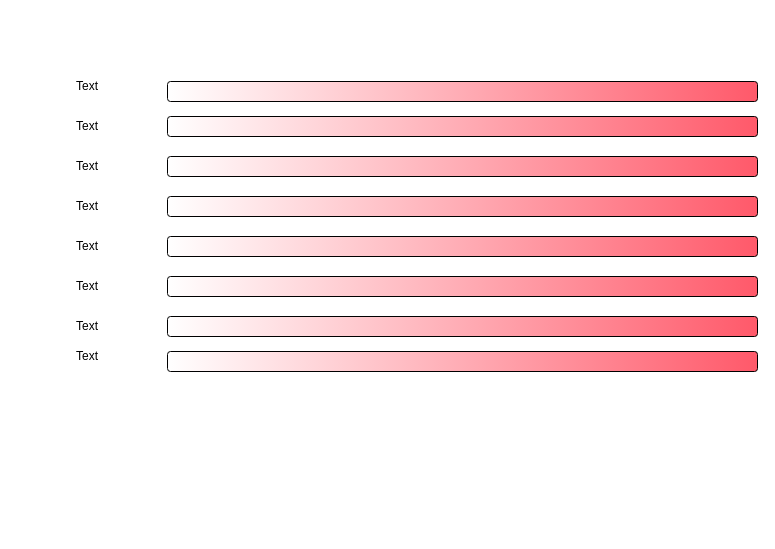
Above: Untitled Diagram.drawio in bsk1072/Anand (draw.io), before the change. Source tidied: cells renumbered, new cells numbered last; positions are measured from the earlier drawing's top-left corner, leaving out a move shared by most shapes. Both pictures are drawn from the tidied source at 100%, with x=0, y=0 at pixel (17, 71).
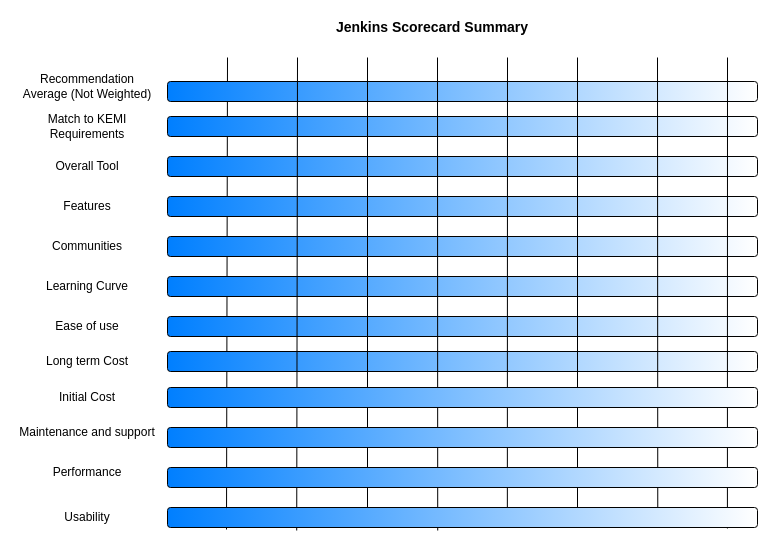
Above is the later version.

What changed in the source:
```diff
@@
+    <mxCell id="18" style="endArrow=none;html=1;exitX=0.1;exitY=1.1;exitDx=0;exitDy=0;exitPerimeter=0;" parent="1" edge="1" source="33">
+      <mxGeometry relative="1" as="geometry">
+        <mxPoint x="210" y="-14" as="targetPoint" />
+      </mxGeometry>
+    </mxCell>
-    <mxCell id="2" style="rounded=1;whiteSpace=wrap;html=1;labelBackgroundColor=#ffffff;gradientDirection=east;gradientColor=#FF596A;" parent="1" vertex="1">
+    <mxCell id="2" style="rounded=1;whiteSpace=wrap;html=1;labelBackgroundColor=#ffffff;gradientDirection=west;gradientColor=#007FFF;" parent="1" vertex="1">
       <mxGeometry x="150" y="10" width="590" height="20" as="geometry" />
     </mxCell>
-    <mxCell id="3" value="Text" style="text;html=1;strokeColor=none;fillColor=none;align=center;verticalAlign=middle;whiteSpace=wrap;rounded=0;labelBackgroundColor=#ffffff;" parent="1" vertex="1">
+    <mxCell id="3" value="Match to KEMI Requirements" style="text;html=1;strokeColor=none;fillColor=none;align=center;verticalAlign=middle;whiteSpace=wrap;rounded=0;labelBackgroundColor=#ffffff;" parent="1" vertex="1">
       <mxGeometry y="40" width="140" height="30" as="geometry" />
     </mxCell>
-    <mxCell id="4" value="Text" style="text;html=1;strokeColor=none;fillColor=none;align=center;verticalAlign=middle;whiteSpace=wrap;rounded=0;labelBackgroundColor=#ffffff;" parent="1" vertex="1">
+    <mxCell id="4" value="Overall Tool" style="text;html=1;strokeColor=none;fillColor=none;align=center;verticalAlign=middle;whiteSpace=wrap;rounded=0;labelBackgroundColor=#ffffff;" parent="1" vertex="1">
       <mxGeometry y="80" width="140" height="30" as="geometry" />
     </mxCell>
-    <mxCell id="5" value="Text" style="text;html=1;strokeColor=none;fillColor=none;align=center;verticalAlign=middle;whiteSpace=wrap;rounded=0;labelBackgroundColor=#ffffff;" parent="1" vertex="1">
+    <mxCell id="5" value="Communities" style="text;html=1;strokeColor=none;fillColor=none;align=center;verticalAlign=middle;whiteSpace=wrap;rounded=0;labelBackgroundColor=#ffffff;" parent="1" vertex="1">
       <mxGeometry y="160" width="140" height="30" as="geometry" />
     </mxCell>
-    <mxCell id="6" value="Text" style="text;html=1;strokeColor=none;fillColor=none;align=center;verticalAlign=middle;whiteSpace=wrap;rounded=0;labelBackgroundColor=#ffffff;" parent="1" vertex="1">
+    <mxCell id="6" value="Features" style="text;html=1;strokeColor=none;fillColor=none;align=center;verticalAlign=middle;whiteSpace=wrap;rounded=0;labelBackgroundColor=#ffffff;" parent="1" vertex="1">
       <mxGeometry y="120" width="140" height="30" as="geometry" />
     </mxCell>
-    <mxCell id="7" value="Text" style="text;html=1;strokeColor=none;fillColor=none;align=center;verticalAlign=middle;whiteSpace=wrap;rounded=0;labelBackgroundColor=#ffffff;" parent="1" vertex="1">
+    <mxCell id="7" value="Learning Curve" style="text;html=1;strokeColor=none;fillColor=none;align=center;verticalAlign=middle;whiteSpace=wrap;rounded=0;labelBackgroundColor=#ffffff;" parent="1" vertex="1">
       <mxGeometry y="200" width="140" height="30" as="geometry" />
     </mxCell>
-    <mxCell id="8" value="Text" style="text;html=1;strokeColor=none;fillColor=none;align=center;verticalAlign=middle;whiteSpace=wrap;rounded=0;labelBackgroundColor=#ffffff;" parent="1" vertex="1">
-      <mxGeometry y="270" width="140" height="30" as="geometry" />
+    <mxCell id="8" value="Long term Cost" style="text;html=1;strokeColor=none;fillColor=none;align=center;verticalAlign=middle;whiteSpace=wrap;rounded=0;labelBackgroundColor=#ffffff;" parent="1" vertex="1">
+      <mxGeometry y="275" width="140" height="30" as="geometry" />
     </mxCell>
-    <mxCell id="9" value="Text" style="text;html=1;strokeColor=none;fillColor=none;align=center;verticalAlign=middle;whiteSpace=wrap;rounded=0;labelBackgroundColor=#ffffff;" parent="1" vertex="1">
+    <mxCell id="9" value="Ease of use" style="text;html=1;strokeColor=none;fillColor=none;align=center;verticalAlign=middle;whiteSpace=wrap;rounded=0;labelBackgroundColor=#ffffff;" parent="1" vertex="1">
       <mxGeometry y="240" width="140" height="30" as="geometry" />
     </mxCell>
-    <mxCell id="10" value="Text" style="text;html=1;strokeColor=none;fillColor=none;align=center;verticalAlign=middle;whiteSpace=wrap;rounded=0;labelBackgroundColor=#ffffff;" parent="1" vertex="1">
+    <mxCell id="10" value="Recommendation Average (Not Weighted)" style="text;html=1;strokeColor=none;fillColor=none;align=center;verticalAlign=middle;whiteSpace=wrap;rounded=0;labelBackgroundColor=#ffffff;" parent="1" vertex="1">
       <mxGeometry width="140" height="30" as="geometry" />
     </mxCell>
-    <mxCell id="11" style="rounded=1;whiteSpace=wrap;html=1;labelBackgroundColor=#ffffff;gradientDirection=east;gradientColor=#FF596A;" parent="1" vertex="1">
+    <mxCell id="11" style="rounded=1;whiteSpace=wrap;html=1;labelBackgroundColor=#ffffff;gradientDirection=west;gradientColor=#007FFF;" parent="1" vertex="1">
       <mxGeometry x="150" y="45" width="590" height="20" as="geometry" />
     </mxCell>
-    <mxCell id="12" style="rounded=1;whiteSpace=wrap;html=1;labelBackgroundColor=#ffffff;gradientDirection=east;gradientColor=#FF596A;" parent="1" vertex="1">
+    <mxCell id="12" style="rounded=1;whiteSpace=wrap;html=1;labelBackgroundColor=#ffffff;gradientDirection=west;gradientColor=#007FFF;" parent="1" vertex="1">
       <mxGeometry x="150" y="85" width="590" height="20" as="geometry" />
     </mxCell>
-    <mxCell id="13" style="rounded=1;whiteSpace=wrap;html=1;labelBackgroundColor=#ffffff;gradientDirection=east;gradientColor=#FF596A;" parent="1" vertex="1">
+    <mxCell id="13" style="rounded=1;whiteSpace=wrap;html=1;labelBackgroundColor=#ffffff;gradientDirection=west;gradientColor=#007FFF;" parent="1" vertex="1">
       <mxGeometry x="150" y="125" width="590" height="20" as="geometry" />
     </mxCell>
-    <mxCell id="14" style="rounded=1;whiteSpace=wrap;html=1;labelBackgroundColor=#ffffff;gradientDirection=east;gradientColor=#FF596A;" parent="1" vertex="1">
+    <mxCell id="14" style="rounded=1;whiteSpace=wrap;html=1;labelBackgroundColor=#ffffff;gradientDirection=west;gradientColor=#007FFF;" parent="1" vertex="1">
       <mxGeometry x="150" y="165" width="590" height="20" as="geometry" />
     </mxCell>
-    <mxCell id="15" style="rounded=1;whiteSpace=wrap;html=1;labelBackgroundColor=#ffffff;gradientDirection=east;gradientColor=#FF596A;" parent="1" vertex="1">
+    <mxCell id="15" style="rounded=1;whiteSpace=wrap;html=1;labelBackgroundColor=#ffffff;gradientDirection=west;gradientColor=#007FFF;" parent="1" vertex="1">
       <mxGeometry x="150" y="205" width="590" height="20" as="geometry" />
     </mxCell>
-    <mxCell id="16" style="rounded=1;whiteSpace=wrap;html=1;labelBackgroundColor=#ffffff;gradientDirection=east;gradientColor=#FF596A;" parent="1" vertex="1">
+    <mxCell id="16" style="rounded=1;whiteSpace=wrap;html=1;labelBackgroundColor=#ffffff;gradientDirection=west;gradientColor=#007FFF;" parent="1" vertex="1">
       <mxGeometry x="150" y="245" width="590" height="20" as="geometry" />
     </mxCell>
-    <mxCell id="17" style="rounded=1;whiteSpace=wrap;html=1;labelBackgroundColor=#ffffff;gradientDirection=east;gradientColor=#FF596A;" parent="1" vertex="1">
+    <mxCell id="17" style="rounded=1;whiteSpace=wrap;html=1;labelBackgroundColor=#ffffff;gradientDirection=west;gradientColor=#007FFF;" parent="1" vertex="1">
       <mxGeometry x="150" y="280" width="590" height="20" as="geometry" />
     </mxCell>
+    <mxCell id="19" style="endArrow=none;html=1;exitX=0.219;exitY=1.15;exitDx=0;exitDy=0;exitPerimeter=0;" parent="1" edge="1" source="33">
+      <mxGeometry relative="1" as="geometry">
+        <mxPoint x="280" y="-14" as="targetPoint" />
+      </mxGeometry>
+    </mxCell>
+    <mxCell id="20" style="endArrow=none;html=1;" parent="1" edge="1">
+      <mxGeometry relative="1" as="geometry">
+        <mxPoint x="350" y="456" as="sourcePoint" />
+        <mxPoint x="350" y="-14" as="targetPoint" />
+      </mxGeometry>
+    </mxCell>
+    <mxCell id="21" style="endArrow=none;html=1;exitX=0.458;exitY=1.15;exitDx=0;exitDy=0;exitPerimeter=0;" parent="1" edge="1" source="33">
+      <mxGeometry relative="1" as="geometry">
+        <mxPoint x="420" y="-14" as="targetPoint" />
+      </mxGeometry>
+    </mxCell>
+    <mxCell id="22" style="endArrow=none;html=1;exitX=0.576;exitY=1;exitDx=0;exitDy=0;exitPerimeter=0;" parent="1" edge="1" source="33">
+      <mxGeometry relative="1" as="geometry">
+        <mxPoint x="490" y="-14" as="targetPoint" />
+      </mxGeometry>
+    </mxCell>
+    <mxCell id="23" style="endArrow=none;html=1;" parent="1" edge="1">
+      <mxGeometry relative="1" as="geometry">
+        <mxPoint x="560" y="455" as="sourcePoint" />
+        <mxPoint x="560" y="-14" as="targetPoint" />
+      </mxGeometry>
+    </mxCell>
+    <mxCell id="24" style="endArrow=none;html=1;exitX=0.831;exitY=1;exitDx=0;exitDy=0;exitPerimeter=0;" parent="1" edge="1" source="33">
+      <mxGeometry relative="1" as="geometry">
+        <mxPoint x="640" y="-14" as="targetPoint" />
+      </mxGeometry>
+    </mxCell>
+    <mxCell id="25" style="endArrow=none;html=1;exitX=0.949;exitY=1.05;exitDx=0;exitDy=0;exitPerimeter=0;" parent="1" edge="1" source="33">
+      <mxGeometry relative="1" as="geometry">
+        <mxPoint x="710" y="-14" as="targetPoint" />
+      </mxGeometry>
+    </mxCell>
+    <mxCell id="26" value="Initial Cost" style="text;html=1;strokeColor=none;fillColor=none;align=center;verticalAlign=middle;whiteSpace=wrap;rounded=0;labelBackgroundColor=#ffffff;" parent="1" vertex="1">
+      <mxGeometry y="311" width="140" height="30" as="geometry" />
+    </mxCell>
+    <mxCell id="27" value="Maintenance and support" style="text;html=1;strokeColor=none;fillColor=none;align=center;verticalAlign=middle;whiteSpace=wrap;rounded=0;labelBackgroundColor=#ffffff;" parent="1" vertex="1">
+      <mxGeometry y="346" width="140" height="30" as="geometry" />
+    </mxCell>
+    <mxCell id="28" value="Performance" style="text;html=1;strokeColor=none;fillColor=none;align=center;verticalAlign=middle;whiteSpace=wrap;rounded=0;labelBackgroundColor=#ffffff;" parent="1" vertex="1">
+      <mxGeometry y="386" width="140" height="30" as="geometry" />
+    </mxCell>
+    <mxCell id="29" value="Usability" style="text;html=1;strokeColor=none;fillColor=none;align=center;verticalAlign=middle;whiteSpace=wrap;rounded=0;labelBackgroundColor=#ffffff;" parent="1" vertex="1">
+      <mxGeometry y="431" width="140" height="30" as="geometry" />
+    </mxCell>
+    <mxCell id="30" style="rounded=1;whiteSpace=wrap;html=1;labelBackgroundColor=#ffffff;gradientDirection=west;gradientColor=#007FFF;" parent="1" vertex="1">
+      <mxGeometry x="150" y="316" width="590" height="20" as="geometry" />
+    </mxCell>
+    <mxCell id="31" style="rounded=1;whiteSpace=wrap;html=1;labelBackgroundColor=#ffffff;gradientDirection=west;gradientColor=#007FFF;" parent="1" vertex="1">
+      <mxGeometry x="150" y="356" width="590" height="20" as="geometry" />
+    </mxCell>
+    <mxCell id="32" style="rounded=1;whiteSpace=wrap;html=1;labelBackgroundColor=#ffffff;gradientDirection=west;gradientColor=#007FFF;" parent="1" vertex="1">
+      <mxGeometry x="150" y="396" width="590" height="20" as="geometry" />
+    </mxCell>
+    <mxCell id="33" style="rounded=1;whiteSpace=wrap;html=1;labelBackgroundColor=#ffffff;gradientDirection=west;gradientColor=#007FFF;" parent="1" vertex="1">
+      <mxGeometry x="150" y="436" width="590" height="20" as="geometry" />
+    </mxCell>
+    <mxCell id="34" value="&lt;b&gt;&lt;font style=&quot;font-size: 14px&quot;&gt;Jenkins Scorecard Summary&lt;/font&gt;&lt;/b&gt;" style="text;html=1;strokeColor=none;fillColor=none;align=center;verticalAlign=middle;whiteSpace=wrap;rounded=0;" parent="1" vertex="1">
+      <mxGeometry x="310" y="-54" width="210" height="20" as="geometry" />
+    </mxCell>
```
